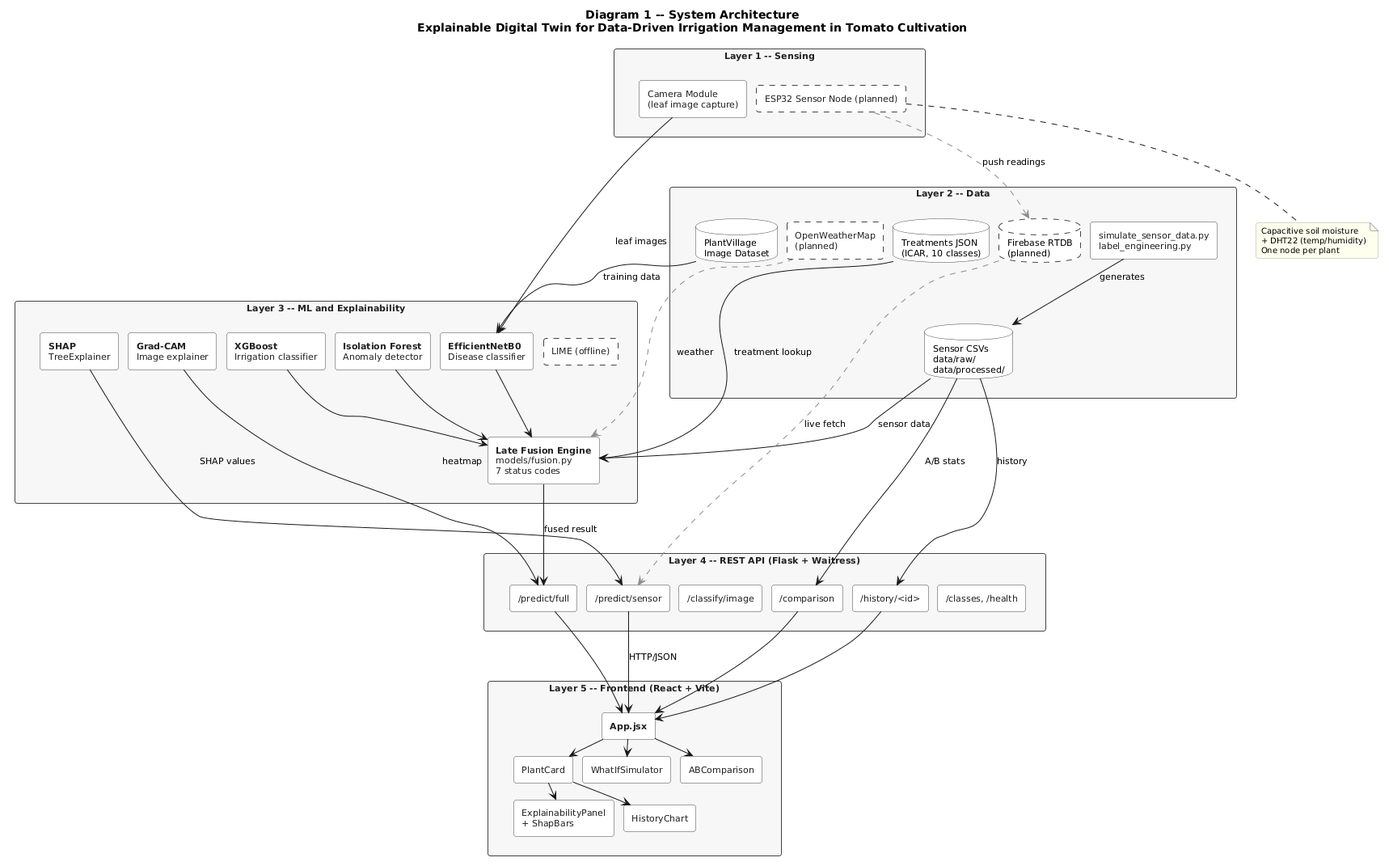
Above: docs/uml/01_system_architecture.png in karthikG0017/An-Explainable-Digital-Twin-for-Data-Driven-Irrigation-Management-in-Tomato-Plant-Cultivation (PlantUML), before the change.
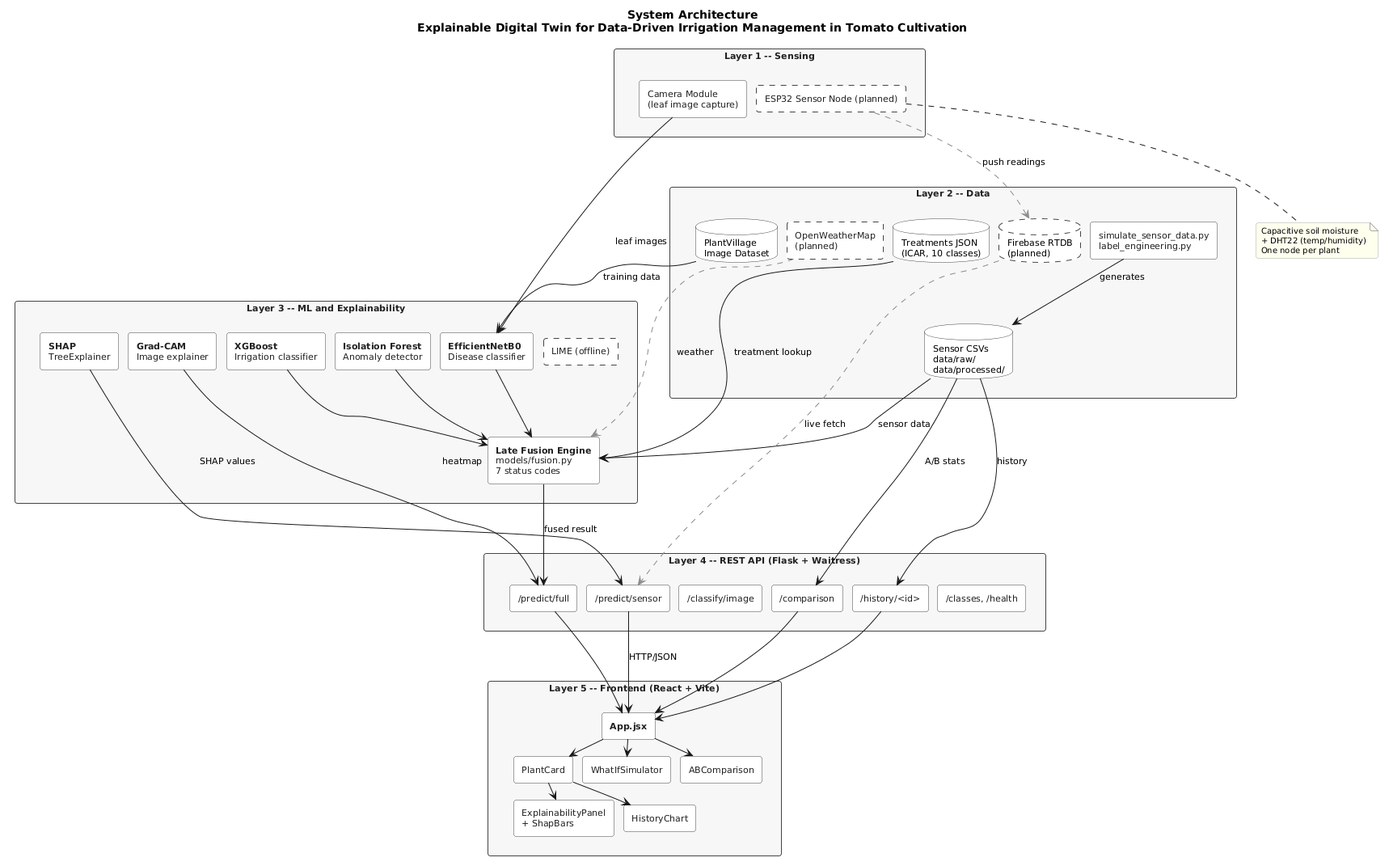
Later version of the same file.

Diff of the diagram source:
```diff
@@ -32,7 +32,7 @@
   FontSize 10
 }
 
-title <b>Diagram 1 -- System Architecture</b>\nExplainable Digital Twin for Data-Driven Irrigation Management in Tomato Cultivation
+title <b>System Architecture</b>\nExplainable Digital Twin for Data-Driven Irrigation Management in Tomato Cultivation
 
 package "Layer 1 -- Sensing" as L1 {
   rectangle "Camera Module\n(leaf image capture)" as CAM
```
